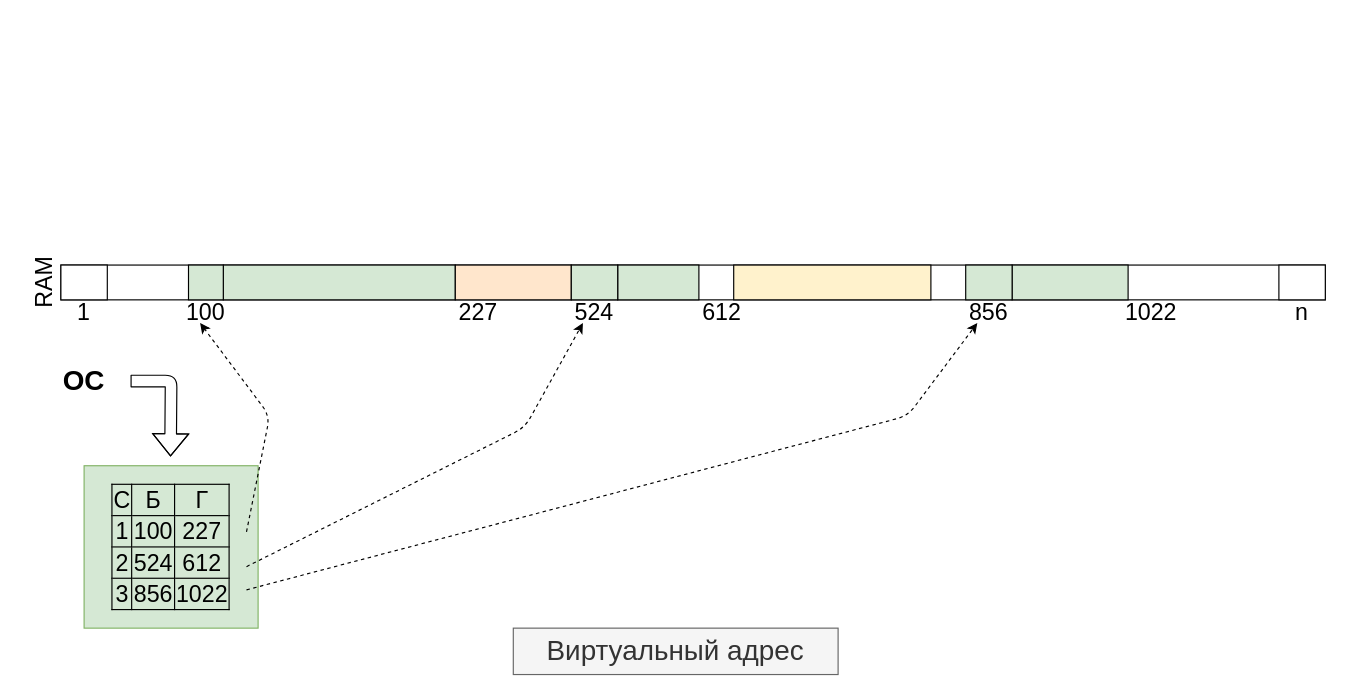
This is page "P17" (17 of 34) of slides/memmgt.drawio from 77maxikov/os_course, a draw.io file, before an edit. Source tidied: cells renumbered, new cells numbered last; positions are measured from the earlier drawing's top-left corner, leaving out a move shared by most shapes. Both pictures are drawn from the tidied source at 116%, with x=0, y=0 at pixel (14, 259).
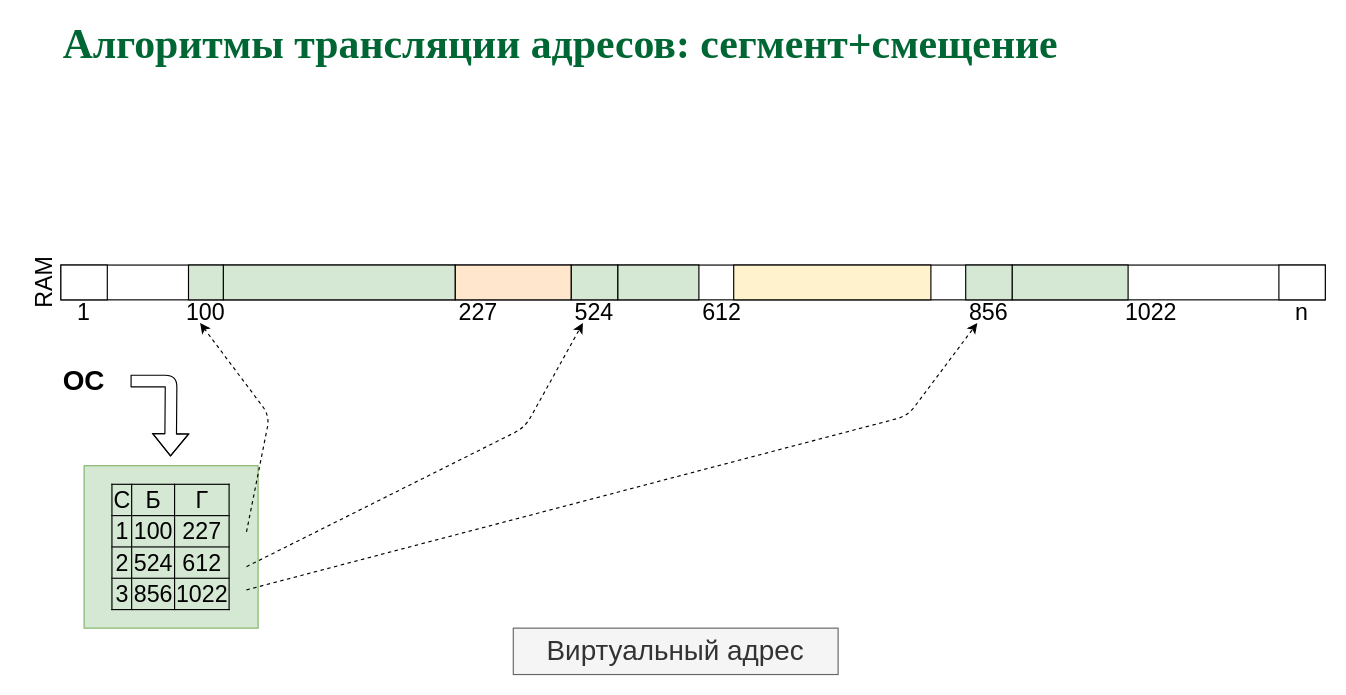
The same page after the edit.

Diff of the diagram source:
```diff
@@
+    <mxCell id="29" value="&lt;b style=&quot;color: rgb(0 , 102 , 51) ; font-family: &amp;#34;garamond&amp;#34; ; font-size: 36px&quot;&gt;Алгоритмы трансляции адресов: сегмент&lt;/b&gt;&lt;b style=&quot;color: rgb(0 , 102 , 51) ; font-family: &amp;#34;garamond&amp;#34; ; font-size: 36px&quot;&gt;+смещение&lt;/b&gt;&lt;b style=&quot;color: rgb(0 , 102 , 51) ; font-family: &amp;#34;garamond&amp;#34; ; font-size: 36px&quot;&gt;&lt;br&gt;&lt;/b&gt;" style="text;html=1;align=left;verticalAlign=middle;whiteSpace=wrap;rounded=0;" parent="1" vertex="1">
+      <mxGeometry x="40" y="-195" width="920" height="20" as="geometry" />
+    </mxCell>
```
